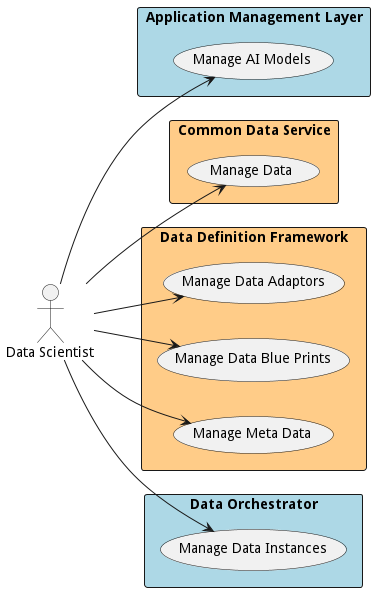
madajaju/edgemere keeps this PlantUML diagram as docs/actors/datascientist/UseCase.png. Above is the earlier version.
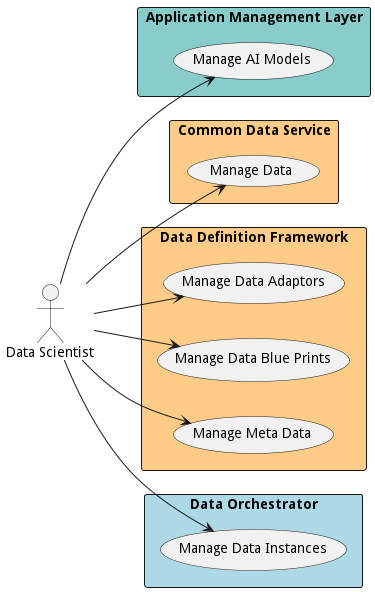
The same diagram one commit later.

What changed in the source:
```diff
@@ -6,7 +6,7 @@
 Actor "Data Scientist" as DataScientist
 
 
-rectangle "Application Management Layer" as aml #lightblue {
+rectangle "Application Management Layer" as aml #88cccc {
         usecase "Manage AI Models" as ManageAIModels
     DataScientist --> ManageAIModels
 
```
